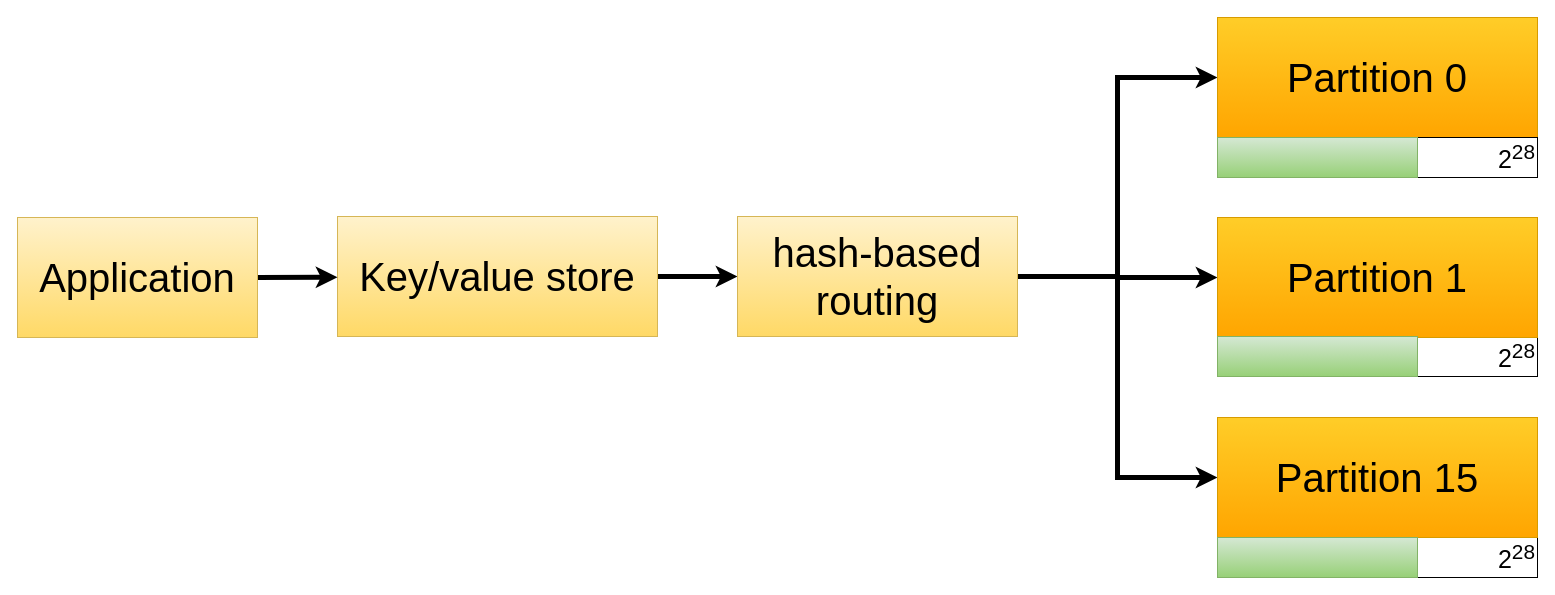
This is images/consistent-hashing-and-cache-partitioning/hash_functions.drawio from TheDigitalCatOnline/blog_source, a draw.io file, before an edit. Source tidied: cells renumbered, new cells numbered last; positions are measured from the earlier drawing's top-left corner, leaving out a move shared by most shapes. Both pictures are drawn from the tidied source at 100%, with x=0, y=0 at pixel (17, 17).
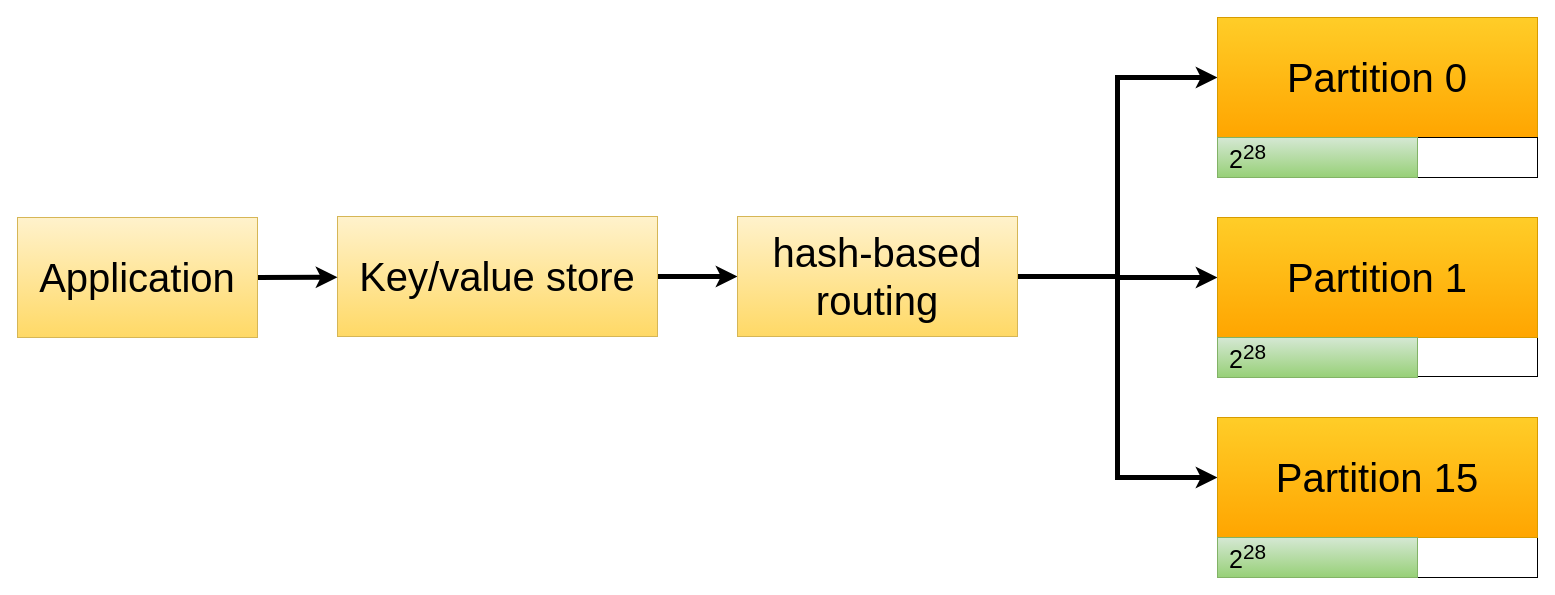
The same page after the edit.

Change to the diagram source:
```diff
@@
 <mxGraphModel>
   <root>
     <mxCell id="0" />
     <mxCell id="1" parent="0" />
-    <mxCell id="2" value="2&lt;sup&gt;28&lt;/sup&gt;" style="rounded=0;whiteSpace=wrap;html=1;fontSize=25;align=right;" parent="1" vertex="1">
+    <mxCell id="2" style="rounded=0;whiteSpace=wrap;html=1;fontSize=25;align=right;" parent="1" vertex="1">
       <mxGeometry x="1200" y="319" width="320" height="40" as="geometry" />
     </mxCell>
-    <mxCell id="3" value="2&lt;sup&gt;28&lt;/sup&gt;" style="rounded=0;whiteSpace=wrap;html=1;fontSize=25;align=right;" parent="1" vertex="1">
+    <mxCell id="3" style="rounded=0;whiteSpace=wrap;html=1;fontSize=25;align=right;" parent="1" vertex="1">
       <mxGeometry x="1200" y="520" width="320" height="40" as="geometry" />
     </mxCell>
     <mxCell id="4" style="rounded=0;jettySize=auto;html=1;exitX=1;exitY=0.5;exitDx=0;exitDy=0;entryX=0;entryY=0.5;entryDx=0;entryDy=0;fontSize=40;strokeWidth=5;edgeStyle=orthogonalEdgeStyle;" parent="1" edge="1" source="12" target="7">
       <mxGeometry relative="1" as="geometry" />
     </mxCell>
     <mxCell id="5" style="edgeStyle=orthogonalEdgeStyle;rounded=0;jettySize=auto;html=1;exitX=1;exitY=0.5;exitDx=0;exitDy=0;fontSize=30;strokeWidth=5;" parent="1" edge="1" source="6" target="12">
       <mxGeometry relative="1" as="geometry" />
     </mxCell>
     <mxCell id="6" value="&lt;font style=&quot;font-size: 40px;&quot;&gt;Key/value store&lt;/font&gt;" style="rounded=0;whiteSpace=wrap;html=1;fillColor=#fff2cc;gradientColor=#ffd966;strokeColor=#d6b656;" parent="1" vertex="1">
       <mxGeometry x="320" y="199" width="320" height="120" as="geometry" />
     </mxCell>
     <mxCell id="7" value="&lt;span style=&quot;font-size: 40px;&quot;&gt;Partition 1&lt;br&gt;&lt;/span&gt;" style="rounded=0;whiteSpace=wrap;html=1;fillColor=#ffcd28;gradientColor=#ffa500;strokeColor=#d79b00;" parent="1" vertex="1">
       <mxGeometry x="1200" y="200" width="320" height="120" as="geometry" />
     </mxCell>
     <mxCell id="8" style="edgeStyle=none;rounded=0;jettySize=auto;html=1;exitX=1;exitY=0.5;exitDx=0;exitDy=0;fontSize=25;strokeWidth=5;" parent="1" edge="1" source="9" target="6">
       <mxGeometry relative="1" as="geometry" />
     </mxCell>
     <mxCell id="9" value="&lt;font style=&quot;font-size: 40px;&quot;&gt;Application&lt;/font&gt;" style="rounded=0;whiteSpace=wrap;html=1;fillColor=#fff2cc;gradientColor=#ffd966;strokeColor=#d6b656;" parent="1" vertex="1">
       <mxGeometry y="200" width="240" height="120" as="geometry" />
     </mxCell>
     <mxCell id="10" style="edgeStyle=orthogonalEdgeStyle;rounded=0;jettySize=auto;html=1;exitX=1;exitY=0.5;exitDx=0;exitDy=0;entryX=0;entryY=0.5;entryDx=0;entryDy=0;fontSize=40;strokeWidth=5;" parent="1" edge="1" source="12" target="13">
       <mxGeometry relative="1" as="geometry" />
     </mxCell>
     <mxCell id="11" style="edgeStyle=orthogonalEdgeStyle;rounded=0;jettySize=auto;html=1;exitX=1;exitY=0.5;exitDx=0;exitDy=0;entryX=0;entryY=0.5;entryDx=0;entryDy=0;fontSize=40;strokeWidth=5;" parent="1" edge="1" source="12" target="16">
       <mxGeometry relative="1" as="geometry" />
     </mxCell>
     <mxCell id="12" value="&lt;font style=&quot;font-size: 40px;&quot;&gt;hash-based&lt;br&gt;routing&lt;br&gt;&lt;/font&gt;" style="rounded=0;whiteSpace=wrap;html=1;fillColor=#fff2cc;gradientColor=#ffd966;strokeColor=#d6b656;fontSize=30;" parent="1" vertex="1">
       <mxGeometry x="720" y="199" width="280" height="120" as="geometry" />
     </mxCell>
     <mxCell id="13" value="&lt;span style=&quot;font-size: 40px;&quot;&gt;Partition 0&lt;br&gt;&lt;/span&gt;" style="rounded=0;whiteSpace=wrap;html=1;fillColor=#ffcd28;gradientColor=#ffa500;strokeColor=#d79b00;" parent="1" vertex="1">
       <mxGeometry x="1200" width="320" height="120" as="geometry" />
     </mxCell>
-    <mxCell id="14" value="2&lt;sup&gt;28&lt;/sup&gt;" style="rounded=0;whiteSpace=wrap;html=1;fontSize=25;align=right;" parent="1" vertex="1">
+    <mxCell id="14" style="rounded=0;whiteSpace=wrap;html=1;fontSize=25;align=right;" parent="1" vertex="1">
       <mxGeometry x="1200" y="120" width="320" height="40" as="geometry" />
     </mxCell>
-    <mxCell id="15" style="rounded=0;whiteSpace=wrap;html=1;fontSize=25;fillColor=#d5e8d4;gradientColor=#97d077;strokeColor=#82b366;" parent="1" vertex="1">
+    <mxCell id="15" value="&lt;span style=&quot;&quot;&gt;2&lt;/span&gt;&lt;sup style=&quot;&quot;&gt;28&lt;/sup&gt;" style="rounded=0;whiteSpace=wrap;html=1;fontSize=25;fillColor=#d5e8d4;gradientColor=#97d077;strokeColor=#82b366;align=left;spacingLeft=10;" parent="1" vertex="1">
       <mxGeometry x="1200" y="120" width="200" height="40" as="geometry" />
     </mxCell>
     <mxCell id="16" value="&lt;span style=&quot;font-size: 40px;&quot;&gt;Partition 15&lt;br&gt;&lt;/span&gt;" style="rounded=0;whiteSpace=wrap;html=1;fillColor=#ffcd28;gradientColor=#ffa500;strokeColor=#d79b00;" parent="1" vertex="1">
       <mxGeometry x="1200" y="400" width="320" height="120" as="geometry" />
     </mxCell>
-    <mxCell id="17" style="rounded=0;whiteSpace=wrap;html=1;fontSize=25;fillColor=#d5e8d4;gradientColor=#97d077;strokeColor=#82b366;" parent="1" vertex="1">
-      <mxGeometry x="1200" y="319" width="200" height="40" as="geometry" />
-    </mxCell>
-    <mxCell id="18" style="rounded=0;whiteSpace=wrap;html=1;fontSize=25;fillColor=#d5e8d4;gradientColor=#97d077;strokeColor=#82b366;" parent="1" vertex="1">
-      <mxGeometry x="1200" y="520" width="200" height="40" as="geometry" />
-    </mxCell>
+    <mxCell id="19" value="&lt;span style=&quot;&quot;&gt;2&lt;/span&gt;&lt;sup style=&quot;&quot;&gt;28&lt;/sup&gt;" style="rounded=0;whiteSpace=wrap;html=1;fontSize=25;fillColor=#d5e8d4;gradientColor=#97d077;strokeColor=#82b366;align=left;spacingLeft=10;" parent="1" vertex="1">
+      <mxGeometry x="1200" y="320" width="200" height="40" as="geometry" />
+    </mxCell>
+    <mxCell id="20" value="&lt;span style=&quot;&quot;&gt;2&lt;/span&gt;&lt;sup style=&quot;&quot;&gt;28&lt;/sup&gt;" style="rounded=0;whiteSpace=wrap;html=1;fontSize=25;fillColor=#d5e8d4;gradientColor=#97d077;strokeColor=#82b366;align=left;spacingLeft=10;" parent="1" vertex="1">
+      <mxGeometry x="1200" y="520" width="200" height="40" as="geometry" />
+    </mxCell>
   </root>
 </mxGraphModel>
```
